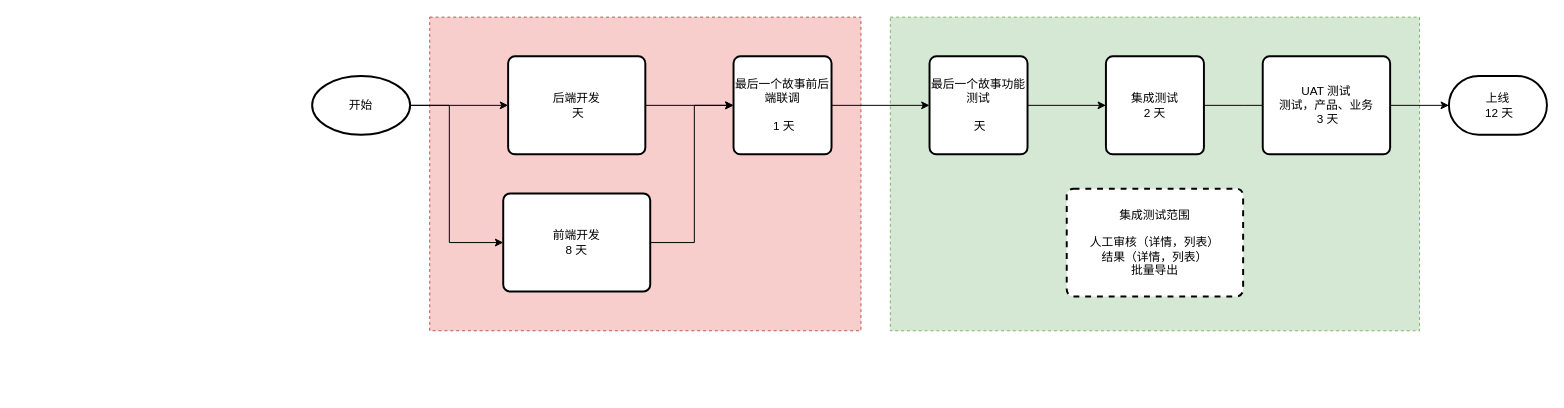
xiaofeng1986/drawIO keeps this draw.io diagram as page "图像中台S12-关键路径" (7 of 8) of ImageRecognizeSprintPath.drawio. Above is the earlier version. Source tidied: cells renumbered, new cells numbered last; positions are measured from the earlier drawing's top-left corner, leaving out a move shared by most shapes. Both pictures are drawn from the tidied source at 98%, with x=0, y=0 at pixel (18, 17).
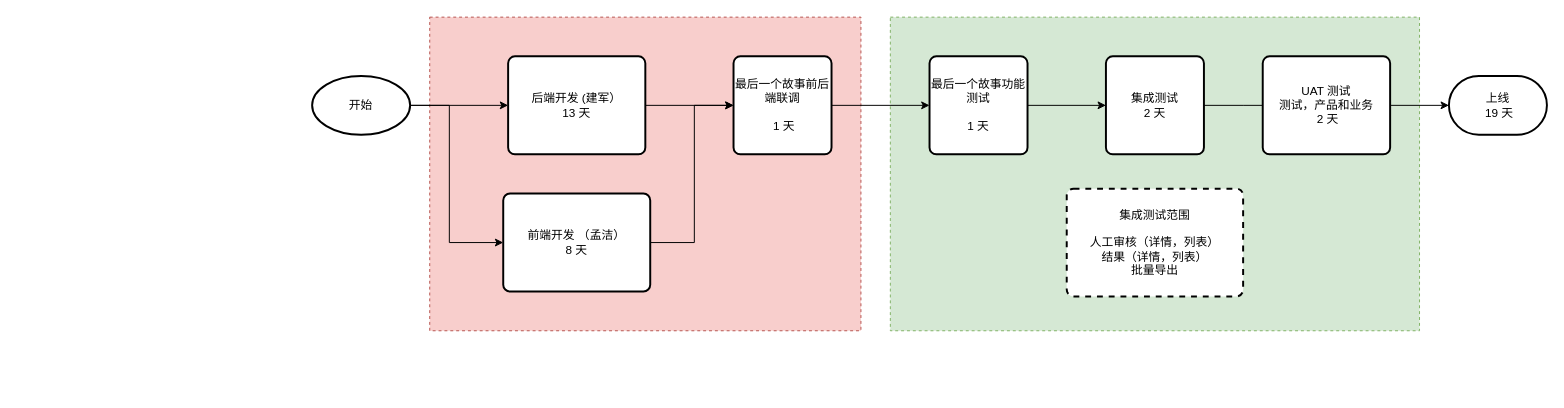
The same diagram, later.

What changed in the source:
```diff
@@
-    <mxCell id="6" value="后端开发&lt;br&gt;&amp;nbsp;天" style="rounded=1;whiteSpace=wrap;html=1;absoluteArcSize=1;arcSize=14;strokeWidth=2;" parent="1" vertex="1">
+    <mxCell id="6" value="后端开发 (建军）&lt;br&gt;13 天" style="rounded=1;whiteSpace=wrap;html=1;absoluteArcSize=1;arcSize=14;strokeWidth=2;" parent="1" vertex="1">
       <mxGeometry x="500" y="40" width="140" height="100" as="geometry" />
     </mxCell>
@@
-    <mxCell id="11" value="最后一个故事功能测试&lt;br&gt;&lt;br&gt;&amp;nbsp;天" style="rounded=1;whiteSpace=wrap;html=1;absoluteArcSize=1;arcSize=14;strokeWidth=2;" parent="1" vertex="1">
+    <mxCell id="11" value="最后一个故事功能测试&lt;br&gt;&lt;br&gt;1 天" style="rounded=1;whiteSpace=wrap;html=1;absoluteArcSize=1;arcSize=14;strokeWidth=2;" parent="1" vertex="1">
       <mxGeometry x="930" y="40" width="100" height="100" as="geometry" />
     </mxCell>
@@
-    <mxCell id="15" value="前端开发&lt;br&gt;8 天" style="rounded=1;whiteSpace=wrap;html=1;absoluteArcSize=1;arcSize=14;strokeWidth=2;" parent="1" vertex="1">
+    <mxCell id="15" value="前端开发 （孟洁）&lt;br&gt;8 天" style="rounded=1;whiteSpace=wrap;html=1;absoluteArcSize=1;arcSize=14;strokeWidth=2;" parent="1" vertex="1">
       <mxGeometry x="495" y="180" width="150" height="100" as="geometry" />
     </mxCell>
-    <mxCell id="16" value="上线&lt;br&gt;&amp;nbsp;12 天" style="strokeWidth=2;html=1;shape=mxgraph.flowchart.terminator;whiteSpace=wrap;" parent="1" vertex="1">
+    <mxCell id="16" value="上线&lt;br&gt;&amp;nbsp;19 天" style="strokeWidth=2;html=1;shape=mxgraph.flowchart.terminator;whiteSpace=wrap;" parent="1" vertex="1">
       <mxGeometry x="1460" y="60" width="100" height="60" as="geometry" />
     </mxCell>
@@
-    <mxCell id="21" value="UAT 测试&lt;br&gt;测试，产品、业务&lt;br&gt;&amp;nbsp;3 天" style="rounded=1;whiteSpace=wrap;html=1;absoluteArcSize=1;arcSize=14;strokeWidth=2;" parent="1" vertex="1">
+    <mxCell id="21" value="UAT 测试&lt;br&gt;测试，产品和业务&lt;br&gt;&amp;nbsp;2 天" style="rounded=1;whiteSpace=wrap;html=1;absoluteArcSize=1;arcSize=14;strokeWidth=2;" parent="1" vertex="1">
       <mxGeometry x="1270" y="40" width="130" height="100" as="geometry" />
     </mxCell>
```
